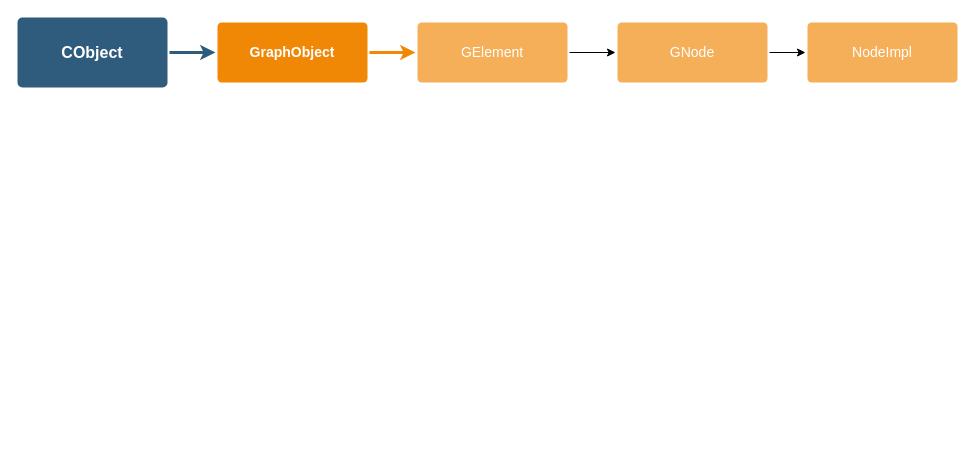
yeshenyong/FoodRecommendSys keeps this draw.io diagram as CGraph.drawio. Above is the earlier version. Source tidied: cells renumbered, new cells numbered last; positions are measured from the earlier drawing's top-left corner, leaving out a move shared by most shapes. Both pictures are drawn from the tidied source at 100%, with x=0, y=0 at pixel (17, 17).
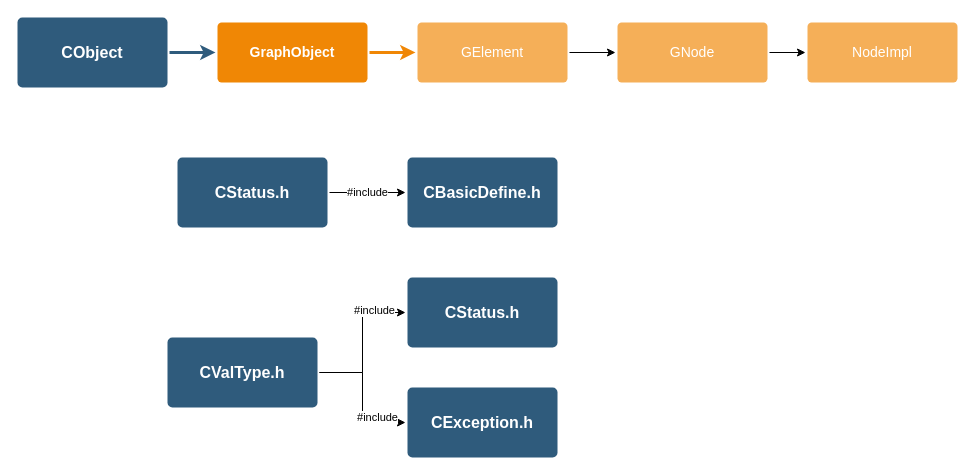
The same page after the edit.

What changed in the source:
```diff
@@
+    <mxCell id="11" value="#include" style="edgeStyle=orthogonalEdgeStyle;rounded=0;jettySize=auto;html=1;" parent="1" edge="1" source="12" target="13">
+      <mxGeometry relative="1" as="geometry" />
+    </mxCell>
+    <mxCell id="12" value="CStatus.h" style="rounded=1;whiteSpace=wrap;html=1;shadow=0;labelBackgroundColor=none;strokeColor=none;strokeWidth=3;fillColor=#2F5B7C;fontFamily=Helvetica;fontSize=16;fontColor=#FFFFFF;align=center;fontStyle=1;spacing=5;arcSize=7;perimeterSpacing=2;" parent="1" vertex="1">
+      <mxGeometry x="160" y="140" width="150" height="70" as="geometry" />
+    </mxCell>
+    <mxCell id="13" value="CBasicDefine.h" style="rounded=1;whiteSpace=wrap;html=1;shadow=0;labelBackgroundColor=none;strokeColor=none;strokeWidth=3;fillColor=#2F5B7C;fontFamily=Helvetica;fontSize=16;fontColor=#FFFFFF;align=center;fontStyle=1;spacing=5;arcSize=7;perimeterSpacing=2;" parent="1" vertex="1">
+      <mxGeometry x="390" y="140" width="150" height="70" as="geometry" />
+    </mxCell>
+    <mxCell id="14" value="CStatus.h" style="rounded=1;whiteSpace=wrap;html=1;shadow=0;labelBackgroundColor=none;strokeColor=none;strokeWidth=3;fillColor=#2F5B7C;fontFamily=Helvetica;fontSize=16;fontColor=#FFFFFF;align=center;fontStyle=1;spacing=5;arcSize=7;perimeterSpacing=2;" parent="1" vertex="1">
+      <mxGeometry x="390" y="260" width="150" height="70" as="geometry" />
+    </mxCell>
+    <mxCell id="15" style="edgeStyle=orthogonalEdgeStyle;rounded=0;jettySize=auto;html=1;" parent="1" edge="1" source="18" target="19">
+      <mxGeometry relative="1" as="geometry" />
+    </mxCell>
+    <mxCell id="16" style="edgeStyle=orthogonalEdgeStyle;rounded=0;jettySize=auto;html=1;" parent="1" edge="1" source="18" target="14">
+      <mxGeometry relative="1" as="geometry" />
+    </mxCell>
+    <mxCell id="17" value="#include" style="edgeLabel;html=1;align=center;verticalAlign=middle;" parent="16" vertex="1">
+      <mxGeometry x="0.56" y="3" relative="1" as="geometry" />
+    </mxCell>
+    <mxCell id="18" value="CValType.h" style="rounded=1;whiteSpace=wrap;html=1;shadow=0;labelBackgroundColor=none;strokeColor=none;strokeWidth=3;fillColor=#2F5B7C;fontFamily=Helvetica;fontSize=16;fontColor=#FFFFFF;align=center;fontStyle=1;spacing=5;arcSize=7;perimeterSpacing=2;" parent="1" vertex="1">
+      <mxGeometry x="150" y="320" width="150" height="70" as="geometry" />
+    </mxCell>
+    <mxCell id="19" value="CException.h" style="rounded=1;whiteSpace=wrap;html=1;shadow=0;labelBackgroundColor=none;strokeColor=none;strokeWidth=3;fillColor=#2F5B7C;fontFamily=Helvetica;fontSize=16;fontColor=#FFFFFF;align=center;fontStyle=1;spacing=5;arcSize=7;perimeterSpacing=2;" parent="1" vertex="1">
+      <mxGeometry x="390" y="370" width="150" height="70" as="geometry" />
+    </mxCell>
+    <mxCell id="20" value="&lt;span style=&quot;font-size: 11px; background-color: rgb(255, 255, 255);&quot;&gt;#include&lt;/span&gt;" style="text;html=1;align=center;verticalAlign=middle;strokeColor=none;fillColor=none;" parent="1" vertex="1">
+      <mxGeometry x="325" y="385" width="70" height="30" as="geometry" />
+    </mxCell>
```
